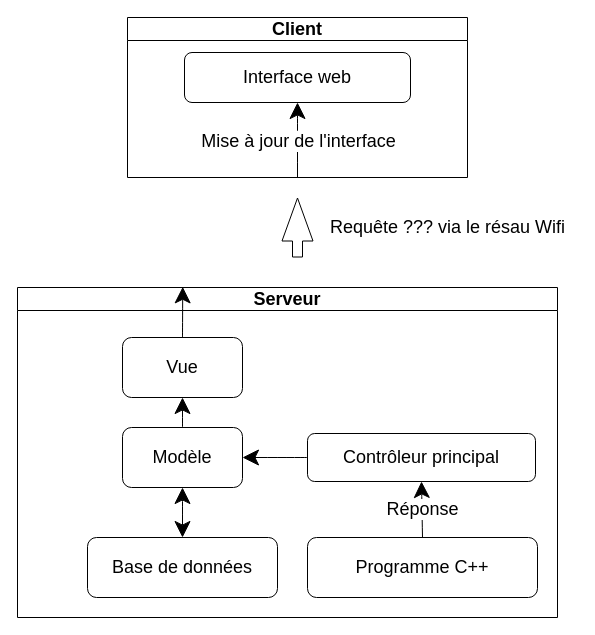
RobotechNancy/interface_maintenance keeps this draw.io diagram as page "Réponse" (4 of 4) of Schémas.drawio. Above is the earlier version. Source tidied: cells renumbered, new cells numbered last; positions are measured from the earlier drawing's top-left corner, leaving out a move shared by most shapes. Both pictures are drawn from the tidied source at 100%, with x=0, y=0 at pixel (17, 17).
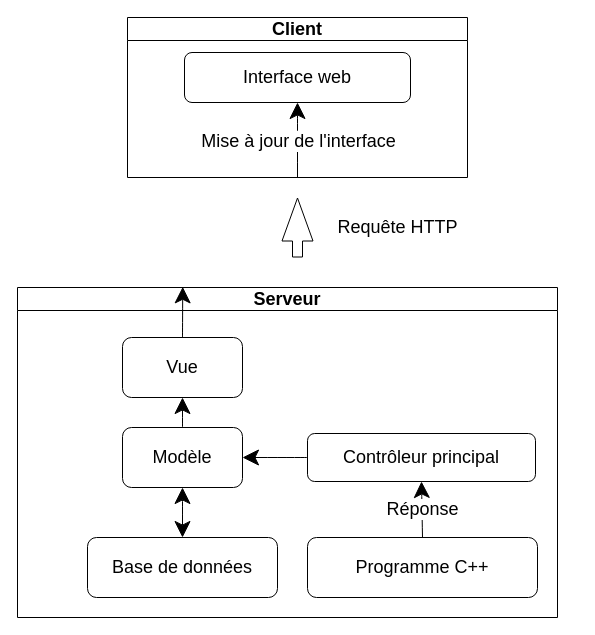
The same diagram, later.

What changed in the source:
```diff
@@
-    <mxCell id="19" value="Requête ??? via le résau Wifi" style="text;html=1;align=center;verticalAlign=middle;strokeColor=none;fillColor=none;fontSize=18;" parent="1" vertex="1">
-      <mxGeometry x="300" y="190" width="260" height="40" as="geometry" />
+    <mxCell id="19" value="Requête HTTP" style="text;html=1;align=center;verticalAlign=middle;strokeColor=none;fillColor=none;fontSize=18;" parent="1" vertex="1">
+      <mxGeometry x="310" y="190" width="140" height="40" as="geometry" />
     </mxCell>
```
